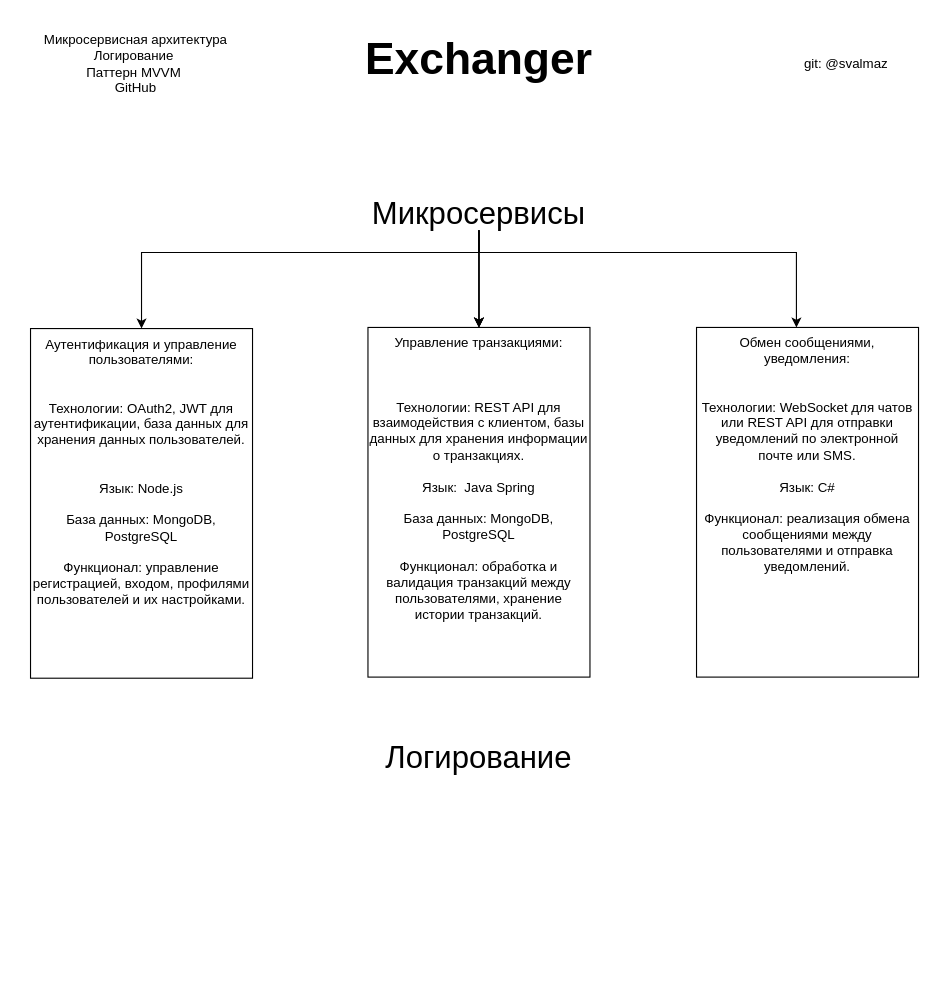
svalmaz/exchanger keeps this draw.io diagram as exchanger1.drawio. Above is the earlier version. Source tidied: cells renumbered, new cells numbered last; positions are measured from the earlier drawing's top-left corner, leaving out a move shared by most shapes. Both pictures are drawn from the tidied source at 111%, with x=0, y=0 at pixel (19, 19).
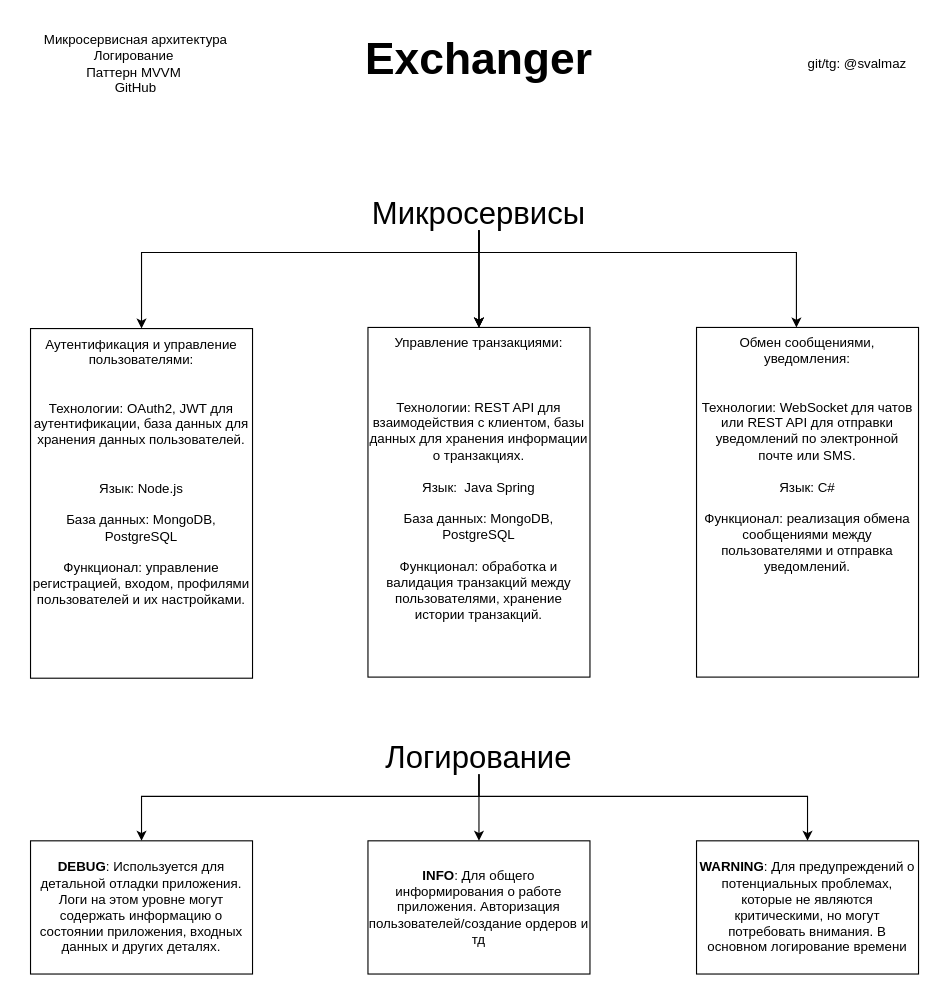
The same diagram, later.

Commit message:
Микросервисы/Логирование

Unchanged cells that the change refers to:
```xml
<mxCell id="14" value="&lt;font style=&quot;font-size: 28px;&quot;&gt;Логирование&lt;/font&gt;" style="text;html=1;align=center;verticalAlign=middle;whiteSpace=wrap;rounded=0;" parent="1" vertex="1">
  <mxGeometry x="384" y="650" width="60" height="30" as="geometry" />
</mxCell>
```

Change to the diagram source:
```diff
@@
-    <mxCell id="13" value="git: @svalmaz" style="text;html=1;align=center;verticalAlign=middle;whiteSpace=wrap;rounded=0;" parent="1" vertex="1">
-      <mxGeometry x="690" y="25" width="110" height="30" as="geometry" />
+    <mxCell id="13" value="git/tg: @svalmaz" style="text;html=1;align=center;verticalAlign=middle;whiteSpace=wrap;rounded=0;" parent="1" vertex="1">
+      <mxGeometry x="700" y="25" width="110" height="30" as="geometry" />
     </mxCell>
+    <mxCell id="15" style="edgeStyle=orthogonalEdgeStyle;rounded=0;jettySize=auto;html=1;" parent="1" edge="1" source="14" target="18">
+      <mxGeometry relative="1" as="geometry">
+        <Array as="points">
+          <mxPoint x="414" y="700" />
+          <mxPoint x="110" y="700" />
+        </Array>
+      </mxGeometry>
+    </mxCell>
+    <mxCell id="16" style="edgeStyle=orthogonalEdgeStyle;rounded=0;jettySize=auto;html=1;" parent="1" edge="1" source="14" target="19">
+      <mxGeometry relative="1" as="geometry" />
+    </mxCell>
+    <mxCell id="17" style="edgeStyle=orthogonalEdgeStyle;rounded=0;jettySize=auto;html=1;" parent="1" edge="1" source="14" target="20">
+      <mxGeometry relative="1" as="geometry">
+        <Array as="points">
+          <mxPoint x="414" y="700" />
+          <mxPoint x="710" y="700" />
+        </Array>
+      </mxGeometry>
+    </mxCell>
@@
+    <mxCell id="18" value="&lt;strong&gt;DEBUG&lt;/strong&gt;: Используется для детальной отладки приложения. Логи на этом уровне могут содержать информацию о состоянии приложения, входных данных и других деталях." style="whiteSpace=wrap;html=1;" parent="1" vertex="1">
+      <mxGeometry x="10" y="740" width="200" height="120" as="geometry" />
+    </mxCell>
+    <mxCell id="19" value="&lt;strong&gt;INFO&lt;/strong&gt;: Для общего информирования о работе приложения. Авторизация пользователей/создание ордеров и тд" style="whiteSpace=wrap;html=1;" parent="1" vertex="1">
+      <mxGeometry x="314" y="740" width="200" height="120" as="geometry" />
+    </mxCell>
+    <mxCell id="20" value="&lt;strong&gt;WARNING&lt;/strong&gt;: Для предупреждений о потенциальных проблемах, которые не являются критическими, но могут потребовать внимания. В основном логирование времени" style="whiteSpace=wrap;html=1;" parent="1" vertex="1">
+      <mxGeometry x="610" y="740" width="200" height="120" as="geometry" />
+    </mxCell>
```
